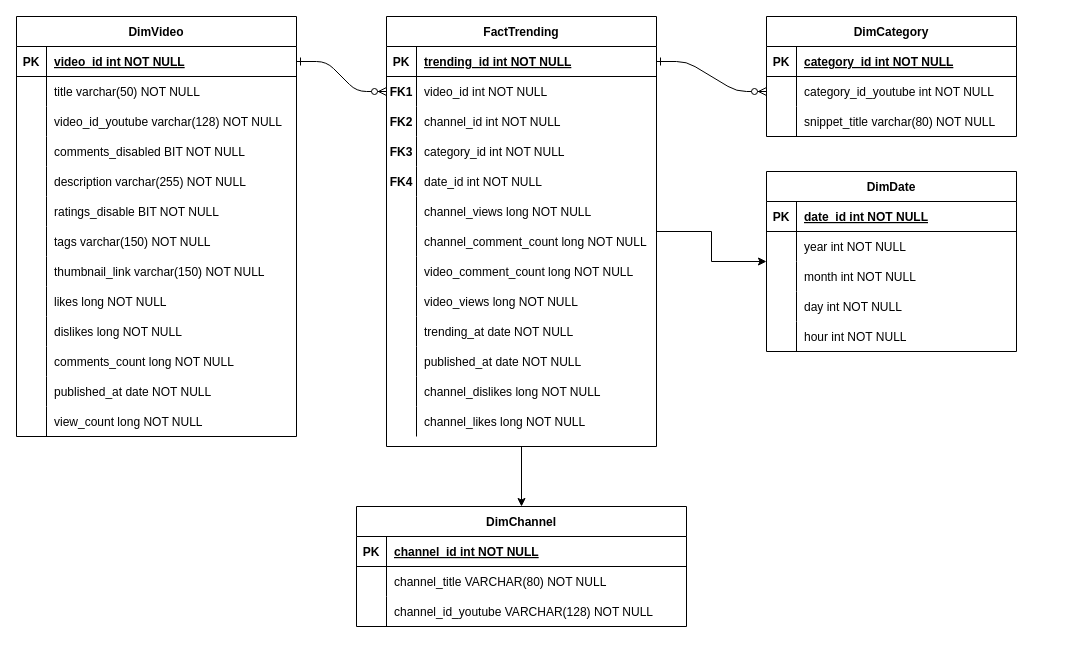
The draw.io diagram datawarehouse_tg1_si.drawio in TheBestPT/tg1_si, before the edit. Source tidied: cells renumbered, new cells numbered last; positions are measured from the earlier drawing's top-left corner, leaving out a move shared by most shapes. Both pictures are drawn from the tidied source at 100%, with x=0, y=0 at pixel (16, 16).
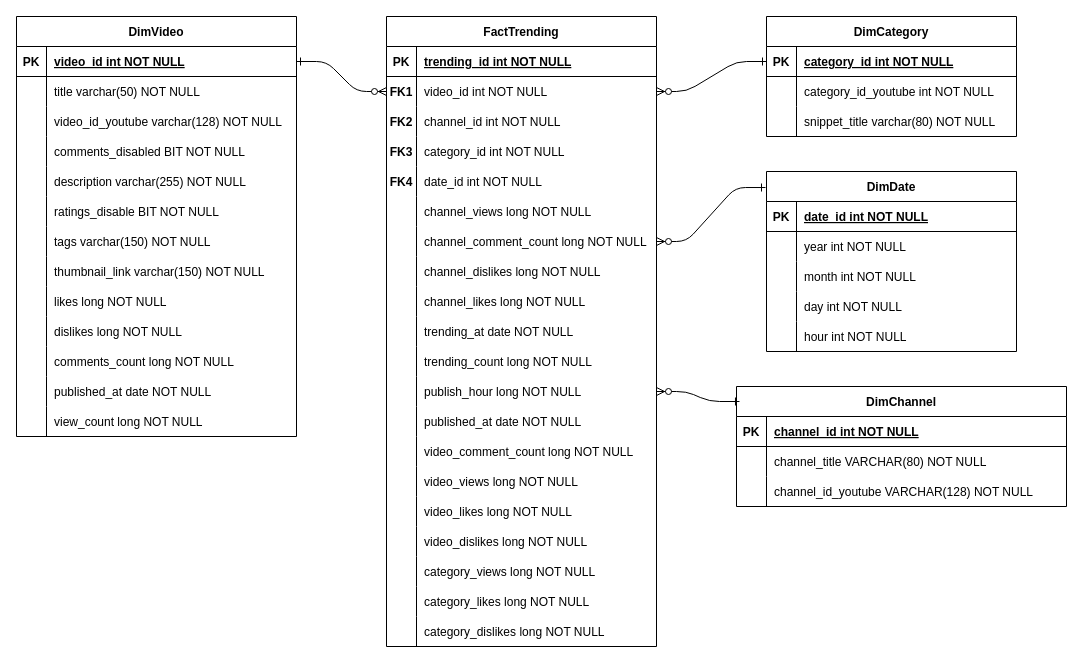
Above is the later version.

Unchanged cells that the change refers to:
```xml
<mxCell id="7" style="shape=partialRectangle;fillColor=none;points=[[0,0.5],[1,0.5]];portConstraint=eastwest;top=0;left=0;right=0;bottom=1;" parent="6" vertex="1">
  <mxGeometry y="30" width="270" height="30" as="geometry" />
</mxCell>
<mxCell id="10" style="shape=partialRectangle;fillColor=none;points=[[0,0.5],[1,0.5]];portConstraint=eastwest;top=0;left=0;right=0;bottom=0;" parent="6" vertex="1">
  <mxGeometry y="60" width="270" height="30" as="geometry" />
</mxCell>
<mxCell id="25" style="shape=partialRectangle;fillColor=none;points=[[0,0.5],[1,0.5]];portConstraint=eastwest;top=0;left=0;right=0;bottom=0;" parent="6" vertex="1">
  <mxGeometry y="210" width="270" height="30" as="geometry" />
</mxCell>
<mxCell id="28" style="shape=partialRectangle;fillColor=none;top=0;left=0;right=0;bottom=0;" parent="6" vertex="1">
  <mxGeometry y="240" width="270" height="30" as="geometry" />
</mxCell>
<mxCell id="31" style="shape=partialRectangle;fillColor=none;top=0;left=0;right=0;bottom=0;" parent="6" vertex="1">
  <mxGeometry y="270" width="270" height="30" as="geometry" />
</mxCell>
<mxCell id="37" style="shape=partialRectangle;fillColor=none;top=0;left=0;right=0;bottom=0;" parent="6" vertex="1">
  <mxGeometry y="330" width="270" height="30" as="geometry" />
</mxCell>
<mxCell id="40" style="shape=partialRectangle;fillColor=none;points=[[0,0.5],[1,0.5]];portConstraint=eastwest;top=0;left=0;right=0;bottom=0;" parent="6" vertex="1">
  <mxGeometry y="360" width="270" height="30" as="geometry" />
</mxCell>
<mxCell id="43" style="shape=partialRectangle;fillColor=none;top=0;left=0;right=0;bottom=0;" parent="6" vertex="1">
  <mxGeometry y="390" width="270" height="30" as="geometry" />
</mxCell>
<mxCell id="47" style="shape=partialRectangle;fillColor=none;points=[[0,0.5],[1,0.5]];portConstraint=eastwest;top=0;left=0;right=0;bottom=1;" parent="46" vertex="1">
  <mxGeometry y="30" width="250" height="30" as="geometry" />
</mxCell>
<mxCell id="50" style="shape=partialRectangle;fillColor=none;points=[[0,0.5],[1,0.5]];portConstraint=eastwest;top=0;left=0;right=0;bottom=0;" parent="46" vertex="1">
  <mxGeometry y="60" width="250" height="30" as="geometry" />
</mxCell>
<mxCell id="106" value="DimDate" style="shape=table;startSize=30;childLayout=tableLayout;rowLines=0;fontStyle=1;align=center;" parent="1" vertex="1">
  <mxGeometry x="750" y="155" width="250" height="180" as="geometry" />
</mxCell>
```

The edit, as a diff of the source:
```diff
@@
-    <mxCell id="3" style="edgeStyle=entityRelationEdgeStyle;endArrow=ERzeroToMany;startArrow=ERone;endFill=1;startFill=0;" parent="1" edge="1" source="7" target="50">
+    <mxCell id="3" style="edgeStyle=entityRelationEdgeStyle;endArrow=ERzeroToMany;startArrow=ERone;endFill=1;startFill=0;entryX=1;entryY=0.5;entryDx=0;entryDy=0;exitX=0;exitY=0.5;exitDx=0;exitDy=0;" parent="1" edge="1" source="47" target="10">
       <mxGeometry relative="1" as="geometry" />
     </mxCell>
-    <mxCell id="4" style="edgeStyle=orthogonalEdgeStyle;rounded=0;jettySize=auto;html=1;" parent="1" edge="1" source="6" target="96">
-      <mxGeometry relative="1" as="geometry" />
-    </mxCell>
-    <mxCell id="5" style="edgeStyle=orthogonalEdgeStyle;rounded=0;jettySize=auto;html=1;" parent="1" edge="1" source="6" target="106">
-      <mxGeometry relative="1" as="geometry" />
-    </mxCell>
     <mxCell id="6" value="FactTrending" style="shape=table;startSize=30;childLayout=tableLayout;rowLines=0;fontStyle=1;align=center;" parent="1" vertex="1">
-      <mxGeometry x="370" width="270" height="430" as="geometry" />
+      <mxGeometry x="370" width="270" height="630" as="geometry" />
     </mxCell>
@@
-    <mxCell id="30" value="video_comment_count long NOT NULL" style="shape=partialRectangle;overflow=hidden;fillColor=none;top=0;left=0;bottom=0;right=0;align=left;spacingLeft=6;" parent="28" vertex="1">
+    <mxCell id="30" value="channel_dislikes long NOT NULL" style="shape=partialRectangle;overflow=hidden;fillColor=none;top=0;left=0;bottom=0;right=0;align=left;spacingLeft=6;" parent="28" vertex="1">
       <mxGeometry x="30" width="240" height="30" as="geometry" />
     </mxCell>
@@
-    <mxCell id="33" value="video_views long NOT NULL" style="shape=partialRectangle;overflow=hidden;fillColor=none;top=0;left=0;bottom=0;right=0;align=left;spacingLeft=6;" parent="31" vertex="1">
+    <mxCell id="33" style="shape=partialRectangle;overflow=hidden;fillColor=none;top=0;left=0;bottom=0;right=0;align=left;spacingLeft=6;" parent="31" vertex="1">
       <mxGeometry x="30" width="240" height="30" as="geometry" />
     </mxCell>
@@
-    <mxCell id="39" value="published_at date NOT NULL" style="shape=partialRectangle;overflow=hidden;fillColor=none;top=0;left=0;bottom=0;right=0;align=left;spacingLeft=6;" parent="37" vertex="1">
+    <mxCell id="39" value="trending_count long NOT NULL" style="shape=partialRectangle;overflow=hidden;fillColor=none;top=0;left=0;bottom=0;right=0;align=left;spacingLeft=6;" parent="37" vertex="1">
       <mxGeometry x="30" width="240" height="30" as="geometry" />
     </mxCell>
@@
-    <mxCell id="42" value="channel_dislikes long NOT NULL" style="shape=partialRectangle;overflow=hidden;fillColor=none;top=0;left=0;bottom=0;right=0;align=left;spacingLeft=6;" parent="40" vertex="1">
+    <mxCell id="42" value="publish_hour long NOT NULL" style="shape=partialRectangle;overflow=hidden;fillColor=none;top=0;left=0;bottom=0;right=0;align=left;spacingLeft=6;" parent="40" vertex="1">
       <mxGeometry x="30" width="240" height="30" as="geometry" />
     </mxCell>
@@
-    <mxCell id="45" value="channel_likes long NOT NULL" style="shape=partialRectangle;overflow=hidden;fillColor=none;top=0;left=0;bottom=0;right=0;align=left;spacingLeft=6;" parent="43" vertex="1">
+    <mxCell id="45" value="published_at date NOT NULL" style="shape=partialRectangle;overflow=hidden;fillColor=none;top=0;left=0;bottom=0;right=0;align=left;spacingLeft=6;" parent="43" vertex="1">
       <mxGeometry x="30" width="240" height="30" as="geometry" />
     </mxCell>
+    <mxCell id="122" style="shape=partialRectangle;fillColor=none;top=0;left=0;right=0;bottom=0;" parent="6" vertex="1">
+      <mxGeometry y="420" width="270" height="30" as="geometry" />
+    </mxCell>
+    <mxCell id="123" style="shape=partialRectangle;overflow=hidden;fillColor=none;top=0;left=0;bottom=0;right=0;" parent="122" vertex="1">
+      <mxGeometry width="30" height="30" as="geometry" />
+    </mxCell>
+    <mxCell id="124" value="video_comment_count long NOT NULL" style="shape=partialRectangle;overflow=hidden;fillColor=none;top=0;left=0;bottom=0;right=0;align=left;spacingLeft=6;" parent="122" vertex="1">
+      <mxGeometry x="30" width="240" height="30" as="geometry" />
+    </mxCell>
+    <mxCell id="125" style="shape=partialRectangle;fillColor=none;top=0;left=0;right=0;bottom=0;" parent="6" vertex="1">
+      <mxGeometry y="450" width="270" height="30" as="geometry" />
+    </mxCell>
+    <mxCell id="126" style="shape=partialRectangle;overflow=hidden;fillColor=none;top=0;left=0;bottom=0;right=0;" parent="125" vertex="1">
+      <mxGeometry width="30" height="30" as="geometry" />
+    </mxCell>
+    <mxCell id="127" value="video_views long NOT NULL" style="shape=partialRectangle;overflow=hidden;fillColor=none;top=0;left=0;bottom=0;right=0;align=left;spacingLeft=6;" parent="125" vertex="1">
+      <mxGeometry x="30" width="240" height="30" as="geometry" />
+    </mxCell>
+    <mxCell id="128" style="shape=partialRectangle;fillColor=none;top=0;left=0;right=0;bottom=0;" parent="6" vertex="1">
+      <mxGeometry y="480" width="270" height="30" as="geometry" />
+    </mxCell>
+    <mxCell id="129" style="shape=partialRectangle;overflow=hidden;fillColor=none;top=0;left=0;bottom=0;right=0;" parent="128" vertex="1">
+      <mxGeometry width="30" height="30" as="geometry" />
+    </mxCell>
+    <mxCell id="130" value="video_likes long NOT NULL" style="shape=partialRectangle;overflow=hidden;fillColor=none;top=0;left=0;bottom=0;right=0;align=left;spacingLeft=6;" parent="128" vertex="1">
+      <mxGeometry x="30" width="240" height="30" as="geometry" />
+    </mxCell>
+    <mxCell id="131" style="shape=partialRectangle;fillColor=none;top=0;left=0;right=0;bottom=0;" parent="6" vertex="1">
+      <mxGeometry y="510" width="270" height="30" as="geometry" />
+    </mxCell>
+    <mxCell id="132" style="shape=partialRectangle;overflow=hidden;fillColor=none;top=0;left=0;bottom=0;right=0;" parent="131" vertex="1">
+      <mxGeometry width="30" height="30" as="geometry" />
+    </mxCell>
+    <mxCell id="133" value="video_dislikes long NOT NULL" style="shape=partialRectangle;overflow=hidden;fillColor=none;top=0;left=0;bottom=0;right=0;align=left;spacingLeft=6;" parent="131" vertex="1">
+      <mxGeometry x="30" width="240" height="30" as="geometry" />
+    </mxCell>
+    <mxCell id="134" style="shape=partialRectangle;fillColor=none;top=0;left=0;right=0;bottom=0;" parent="6" vertex="1">
+      <mxGeometry y="540" width="270" height="30" as="geometry" />
+    </mxCell>
+    <mxCell id="135" style="shape=partialRectangle;overflow=hidden;fillColor=none;top=0;left=0;bottom=0;right=0;" parent="134" vertex="1">
+      <mxGeometry width="30" height="30" as="geometry" />
+    </mxCell>
+    <mxCell id="136" value="category_views long NOT NULL" style="shape=partialRectangle;overflow=hidden;fillColor=none;top=0;left=0;bottom=0;right=0;align=left;spacingLeft=6;" parent="134" vertex="1">
+      <mxGeometry x="30" width="240" height="30" as="geometry" />
+    </mxCell>
+    <mxCell id="137" style="shape=partialRectangle;fillColor=none;top=0;left=0;right=0;bottom=0;" parent="6" vertex="1">
+      <mxGeometry y="570" width="270" height="30" as="geometry" />
+    </mxCell>
+    <mxCell id="138" style="shape=partialRectangle;overflow=hidden;fillColor=none;top=0;left=0;bottom=0;right=0;" parent="137" vertex="1">
+      <mxGeometry width="30" height="30" as="geometry" />
+    </mxCell>
+    <mxCell id="139" value="category_likes long NOT NULL" style="shape=partialRectangle;overflow=hidden;fillColor=none;top=0;left=0;bottom=0;right=0;align=left;spacingLeft=6;" parent="137" vertex="1">
+      <mxGeometry x="30" width="240" height="30" as="geometry" />
+    </mxCell>
+    <mxCell id="140" style="shape=partialRectangle;fillColor=none;top=0;left=0;right=0;bottom=0;" parent="6" vertex="1">
+      <mxGeometry y="600" width="270" height="30" as="geometry" />
+    </mxCell>
+    <mxCell id="141" style="shape=partialRectangle;overflow=hidden;fillColor=none;top=0;left=0;bottom=0;right=0;" parent="140" vertex="1">
+      <mxGeometry width="30" height="30" as="geometry" />
+    </mxCell>
+    <mxCell id="142" value="category_dislikes long NOT NULL" style="shape=partialRectangle;overflow=hidden;fillColor=none;top=0;left=0;bottom=0;right=0;align=left;spacingLeft=6;" parent="140" vertex="1">
+      <mxGeometry x="30" width="240" height="30" as="geometry" />
+    </mxCell>
@@
     <mxCell id="96" value="DimChannel" style="shape=table;startSize=30;childLayout=tableLayout;rowLines=0;fontStyle=1;align=center;" parent="1" vertex="1">
-      <mxGeometry x="340" y="490" width="330" height="120" as="geometry" />
+      <mxGeometry x="720" y="370" width="330" height="120" as="geometry" />
     </mxCell>
@@
+    <mxCell id="143" value="channel_likes long NOT NULL" style="shape=partialRectangle;overflow=hidden;fillColor=none;top=0;left=0;bottom=0;right=0;align=left;spacingLeft=6;" parent="1" vertex="1">
+      <mxGeometry x="400" y="270" width="240" height="30" as="geometry" />
+    </mxCell>
+    <mxCell id="144" style="edgeStyle=entityRelationEdgeStyle;endArrow=ERzeroToMany;startArrow=ERone;endFill=1;startFill=0;entryX=1;entryY=0.5;entryDx=0;entryDy=0;exitX=-0.004;exitY=0.089;exitDx=0;exitDy=0;exitPerimeter=0;" parent="1" edge="1" source="106" target="25">
+      <mxGeometry relative="1" as="geometry">
+        <Array as="points">
+          <mxPoint x="730" y="130" />
+        </Array>
+      </mxGeometry>
+    </mxCell>
+    <mxCell id="145" style="edgeStyle=entityRelationEdgeStyle;endArrow=ERzeroToMany;startArrow=ERone;endFill=1;startFill=0;exitX=0.009;exitY=0.125;exitDx=0;exitDy=0;exitPerimeter=0;" parent="1" edge="1" source="96" target="40">
+      <mxGeometry relative="1" as="geometry">
+        <Array as="points">
+          <mxPoint x="740" y="140" />
+          <mxPoint x="670" y="650" />
+          <mxPoint x="506" y="670" />
+        </Array>
+      </mxGeometry>
+    </mxCell>
```
